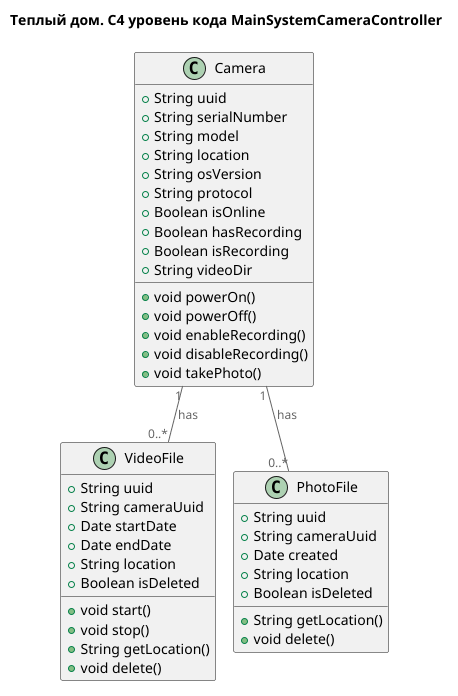
This is 2_task/c4_code_camera.png from realjungleman/architecture-warmhouse, a PlantUML export, as it was before one commit.
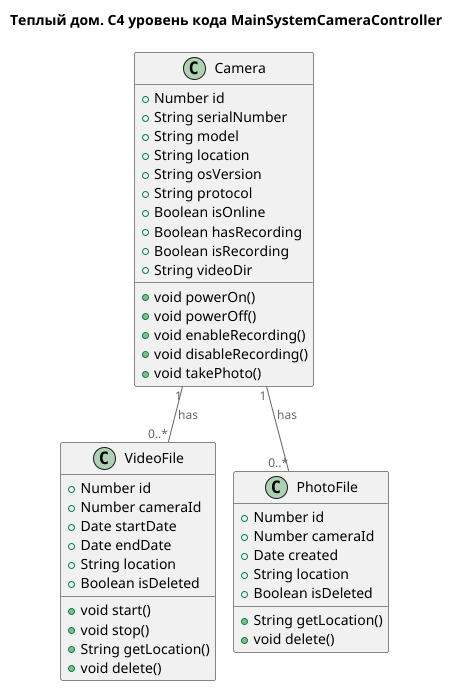
The same diagram one commit later.

Diff of the diagram source:
```diff
@@ -6,7 +6,7 @@
 !includeurl https://raw.githubusercontent.com/RicardoNiepel/C4-PlantUML/master/C4_Component.puml
 
 class Camera {
-  +String uuid
+  +Number id
   +String serialNumber
   +String model
   +String location
@@ -24,8 +24,8 @@
 }
 
 class VideoFile {
-  +String uuid
-  +String cameraUuid
+  +Number id
+  +Number cameraId
   +Date startDate
   +Date endDate
   +String location
@@ -37,8 +37,8 @@
 }
 
 class PhotoFile {
-  +String uuid
-  +String cameraUuid
+  +Number id
+  +Number cameraId
   +Date created
   +String location
   +Boolean isDeleted
```
